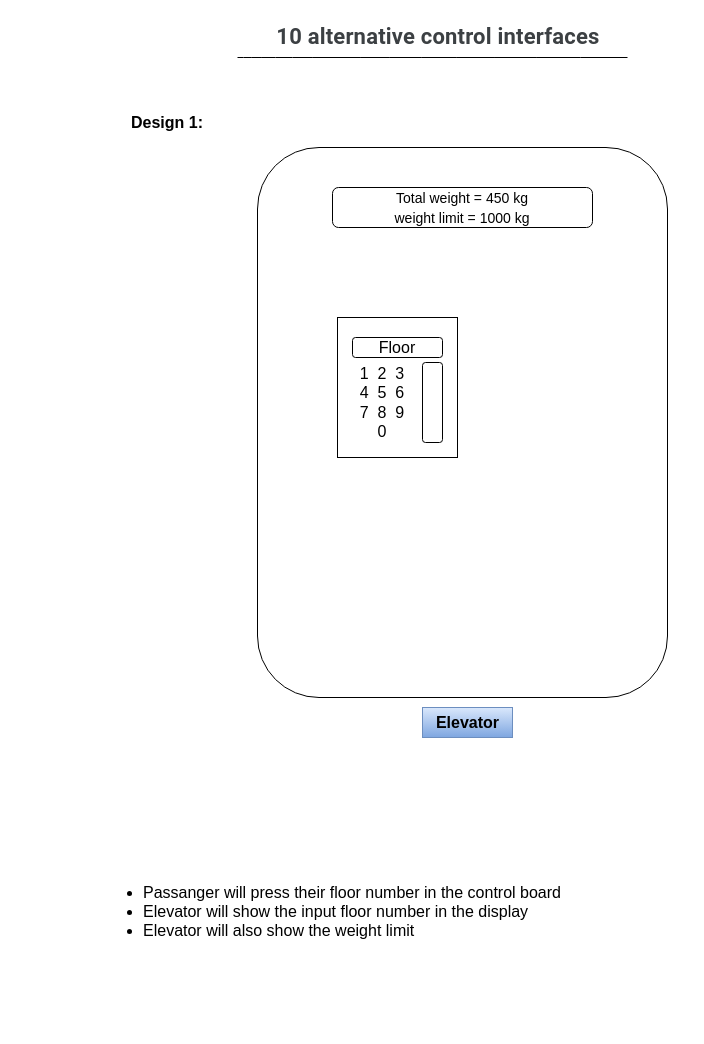
Arif-Shahriar028/draw.io keeps this draw.io diagram as page "Page-1" (10 of 10) of files/test.drawio. Above is the earlier version. Source tidied: cells renumbered, new cells numbered last; positions are measured from the earlier drawing's top-left corner, leaving out a move shared by most shapes. Both pictures are drawn from the tidied source at 100%, with x=0, y=0 at pixel (17, 17).
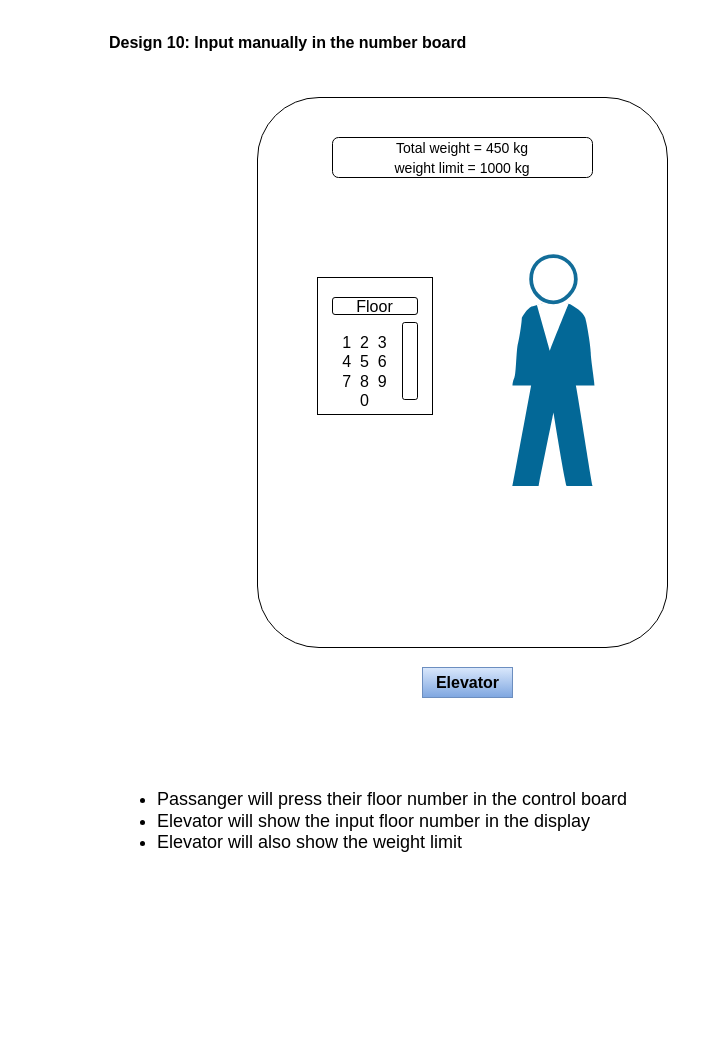
After the change.

Diff of the diagram source:
```diff
@@
-<mxGraphModel>
+<mxGraphModel background="#ffffff">
   <root>
-    <mxCell id="0" />
-    <mxCell id="1" parent="0" />
-    <mxCell id="2" value="&lt;span style=&quot;font-style: normal; font-size: 22px;&quot;&gt;&lt;b style=&quot;-webkit-tap-highlight-color: transparent; color: rgb(60, 64, 67); font-family: Roboto, Arial, sans-serif; letter-spacing: 0.2px; text-align: start;&quot;&gt;&lt;span style=&quot;-webkit-tap-highlight-color: transparent;&quot;&gt;10 alternative control interfaces&lt;/span&gt;&lt;/b&gt;&amp;nbsp;&lt;/span&gt;" style="text;strokeColor=none;fillColor=none;html=1;align=center;verticalAlign=middle;whiteSpace=wrap;rounded=0;fontSize=16;fontStyle=2;" parent="1" vertex="1">
-      <mxGeometry x="229" width="390" height="40" as="geometry" />
-    </mxCell>
-    <mxCell id="3" value="&lt;b&gt;Design 1:&lt;/b&gt;" style="text;strokeColor=none;fillColor=none;html=1;align=center;verticalAlign=middle;whiteSpace=wrap;rounded=0;fontSize=16;" parent="1" vertex="1">
-      <mxGeometry x="70" y="90" width="160" height="30" as="geometry" />
-    </mxCell>
-    <mxCell id="4" style="endArrow=none;html=1;rounded=0;fontSize=12;startSize=8;endSize=8;curved=1;" parent="1" edge="1">
-      <mxGeometry relative="1" as="geometry">
-        <mxPoint x="220" y="40" as="sourcePoint" />
-        <mxPoint x="610" y="40" as="targetPoint" />
-        <Array as="points">
-          <mxPoint x="610" y="40" />
-        </Array>
-      </mxGeometry>
-    </mxCell>
-    <mxCell id="5" style="rounded=1;whiteSpace=wrap;html=1;fontSize=16;" parent="1" vertex="1">
-      <mxGeometry x="240" y="130" width="410" height="550" as="geometry" />
-    </mxCell>
-    <mxCell id="6" style="rounded=0;whiteSpace=wrap;html=1;fontSize=16;" parent="1" vertex="1">
-      <mxGeometry x="320" y="300" width="120" height="140" as="geometry" />
-    </mxCell>
+    <mxCell id="13" />
+    <mxCell id="14" parent="13" />
+    <mxCell id="15" value="&lt;b&gt;Design 10: Input manually in the number board&amp;nbsp;&amp;nbsp;&lt;/b&gt;" style="text;strokeColor=none;fillColor=none;html=1;align=left;verticalAlign=middle;whiteSpace=wrap;rounded=0;fontSize=16;" parent="14" vertex="1">
+      <mxGeometry x="90" y="10" width="560" height="30" as="geometry" />
+    </mxCell>
+    <mxCell id="16" style="rounded=1;whiteSpace=wrap;html=1;fontSize=16;" parent="14" vertex="1">
+      <mxGeometry x="240" y="80" width="410" height="550" as="geometry" />
+    </mxCell>
+    <mxCell id="17" style="rounded=0;whiteSpace=wrap;html=1;fontSize=16;" parent="14" vertex="1">
+      <mxGeometry x="300" y="260" width="115" height="137" as="geometry" />
+    </mxCell>
-    <mxCell id="7" value="Floor" style="rounded=1;whiteSpace=wrap;html=1;fontSize=16;" parent="1" vertex="1">
-      <mxGeometry x="335" y="320" width="90" height="20" as="geometry" />
+    <mxCell id="7" value="Floor" style="rounded=1;whiteSpace=wrap;html=1;fontSize=16;" parent="14" vertex="1">
+      <mxGeometry x="315" y="280" width="85" height="17" as="geometry" />
     </mxCell>
-    <mxCell id="8" value="1&amp;nbsp; 2&amp;nbsp; 3&lt;br&gt;4&amp;nbsp; 5&amp;nbsp; 6&lt;br&gt;7&amp;nbsp; 8&amp;nbsp; 9&lt;br&gt;0" style="text;strokeColor=none;fillColor=none;html=1;align=center;verticalAlign=middle;whiteSpace=wrap;rounded=0;fontSize=16;" parent="1" vertex="1">
-      <mxGeometry x="335" y="370" width="60" height="30" as="geometry" />
+    <mxCell id="8" value="1&amp;nbsp; 2&amp;nbsp; 3&lt;br&gt;4&amp;nbsp; 5&amp;nbsp; 6&lt;br&gt;7&amp;nbsp; 8&amp;nbsp; 9&lt;br&gt;0" style="text;strokeColor=none;fillColor=none;html=1;align=center;verticalAlign=middle;whiteSpace=wrap;rounded=0;fontSize=16;" parent="14" vertex="1">
+      <mxGeometry x="320" y="340" width="55" height="27" as="geometry" />
     </mxCell>
-    <mxCell id="9" style="rounded=1;whiteSpace=wrap;html=1;fontSize=16;direction=south;" parent="1" vertex="1">
-      <mxGeometry x="405" y="345" width="20" height="80" as="geometry" />
-    </mxCell>
+    <mxCell id="18" style="rounded=1;whiteSpace=wrap;html=1;fontSize=16;direction=south;" parent="14" vertex="1">
+      <mxGeometry x="385" y="305" width="15" height="77" as="geometry" />
+    </mxCell>
-    <mxCell id="10" value="&lt;font style=&quot;font-size: 14px;&quot;&gt;Total weight = 450 kg&lt;br&gt;weight limit = 1000 kg&lt;/font&gt;" style="rounded=1;whiteSpace=wrap;html=1;fontSize=16;" parent="1" vertex="1">
-      <mxGeometry x="315" y="170" width="260" height="40" as="geometry" />
+    <mxCell id="10" value="&lt;font style=&quot;font-size: 14px;&quot;&gt;Total weight = 450 kg&lt;br&gt;weight limit = 1000 kg&lt;/font&gt;" style="rounded=1;whiteSpace=wrap;html=1;fontSize=16;" parent="14" vertex="1">
+      <mxGeometry x="315" y="120" width="260" height="40" as="geometry" />
     </mxCell>
-    <mxCell id="11" value="Elevator" style="text;html=1;align=center;verticalAlign=middle;strokeColor=#6c8ebf;fillColor=#dae8fc;fontSize=16;fontStyle=1;gradientColor=#7ea6e0;" parent="1" vertex="1">
-      <mxGeometry x="405" y="690" width="90" height="30" as="geometry" />
+    <mxCell id="11" value="Elevator" style="text;html=1;align=center;verticalAlign=middle;strokeColor=#6c8ebf;fillColor=#dae8fc;fontSize=16;fontStyle=1;gradientColor=#7ea6e0;" parent="14" vertex="1">
+      <mxGeometry x="405" y="650" width="90" height="30" as="geometry" />
     </mxCell>
+    <mxCell id="19" style="shape=mxgraph.cisco.people.standing_man;html=1;dashed=0;fillColor=#036897;strokeColor=#ffffff;strokeWidth=2;verticalLabelPosition=bottom;verticalAlign=top;align=center;" parent="14" vertex="1">
+      <mxGeometry x="495" y="238.5" width="82" height="230" as="geometry" />
+    </mxCell>
-    <mxCell id="12" value="&lt;ul&gt;&lt;li style=&quot;text-align: left; border-color: var(--border-color);&quot;&gt;Passanger will press their floor number in the control board&lt;/li&gt;&lt;li style=&quot;text-align: left; border-color: var(--border-color);&quot;&gt;Elevator will show the input floor number in the display&lt;/li&gt;&lt;li style=&quot;text-align: left; border-color: var(--border-color);&quot;&gt;Elevator will also show the weight limit&lt;/li&gt;&lt;/ul&gt;" style="text;strokeColor=none;fillColor=none;html=1;align=center;verticalAlign=middle;whiteSpace=wrap;rounded=0;fontSize=16;spacingBottom=5;spacing=5;spacingTop=2;" parent="1" vertex="1">
-      <mxGeometry y="780" width="630" height="230" as="geometry" />
+    <mxCell id="12" value="&lt;ul style=&quot;font-size: 18px;&quot;&gt;&lt;li style=&quot;text-align: left; border-color: var(--border-color);&quot;&gt;Passanger will press their floor number in the control board&lt;/li&gt;&lt;li style=&quot;text-align: left; border-color: var(--border-color);&quot;&gt;Elevator will show the input floor number in the display&lt;/li&gt;&lt;li style=&quot;text-align: left; border-color: var(--border-color);&quot;&gt;Elevator will also show the weight limit&lt;/li&gt;&lt;/ul&gt;" style="text;strokeColor=none;fillColor=none;html=1;align=center;verticalAlign=middle;whiteSpace=wrap;rounded=0;fontSize=16;spacingBottom=5;spacing=5;spacingTop=2;" parent="14" vertex="1">
+      <mxGeometry x="40" y="690" width="630" height="230" as="geometry" />
     </mxCell>
   </root>
 </mxGraphModel>
```
